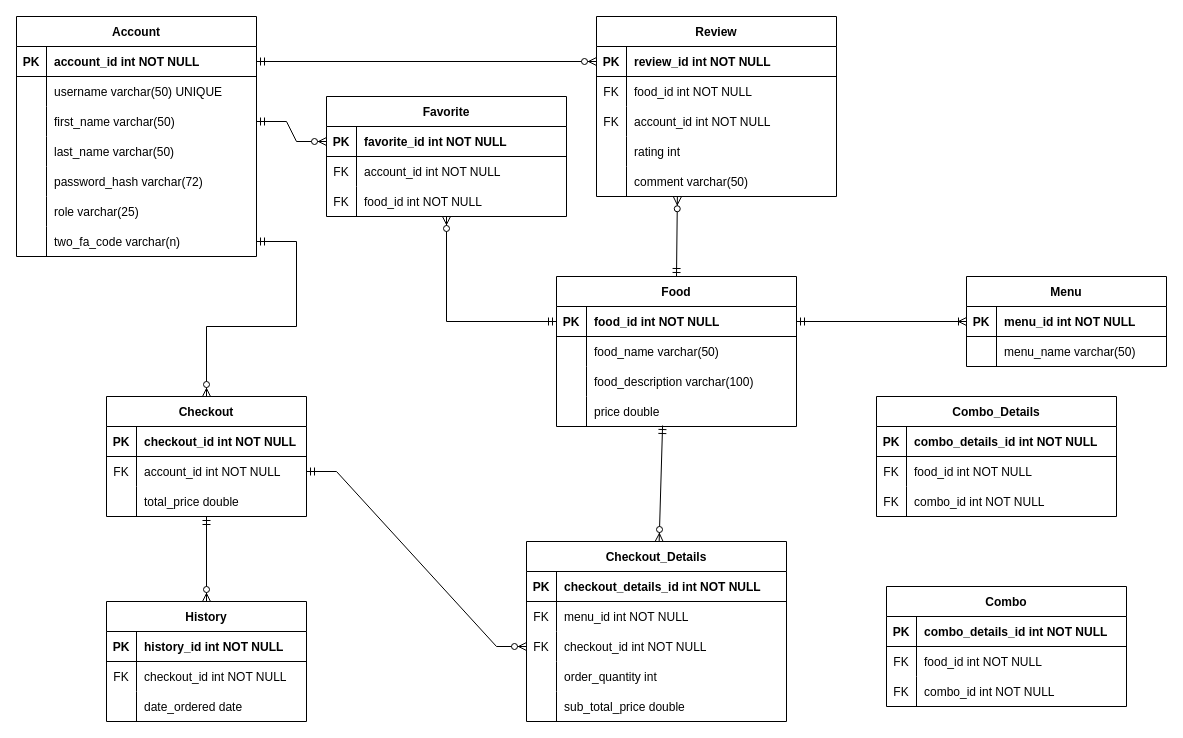
This is ERD and stuff/JustinSolutionERD.drawio from Smuglyak/EcommerceProject, a draw.io file, before an edit. Source tidied: cells renumbered, new cells numbered last; positions are measured from the earlier drawing's top-left corner, leaving out a move shared by most shapes. Both pictures are drawn from the tidied source at 100%, with x=0, y=0 at pixel (16, 16).
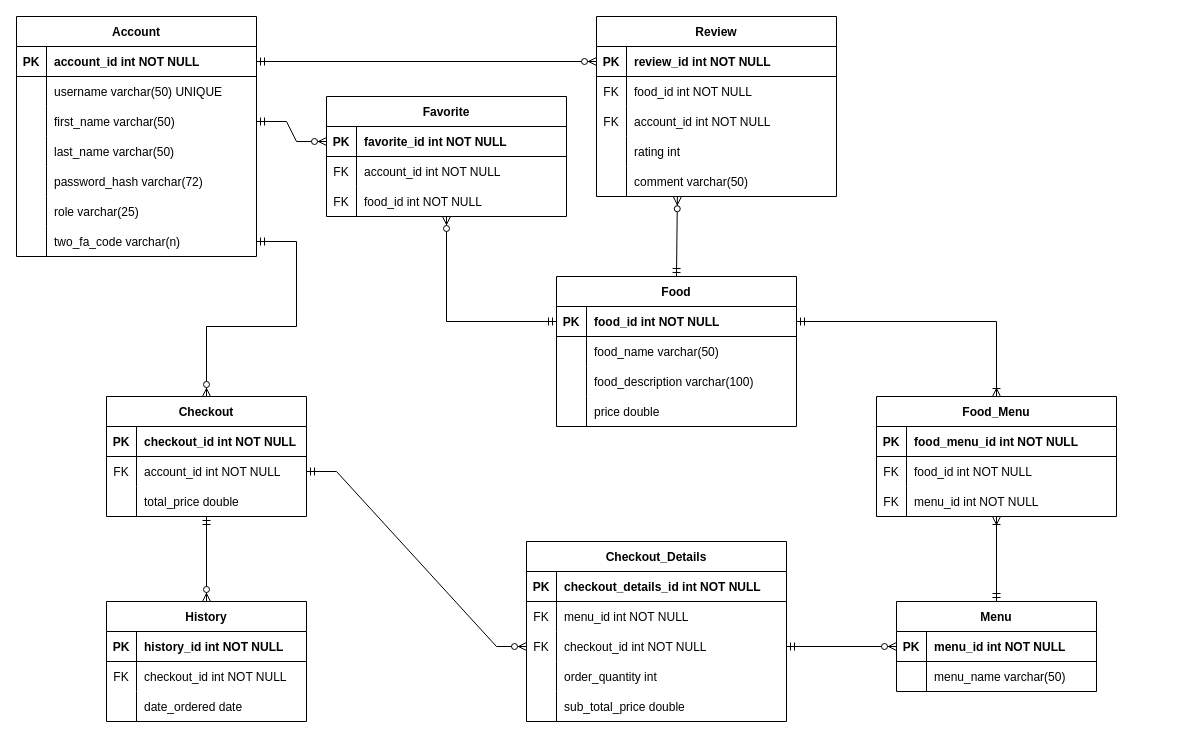
After the change.

Unchanged cells that the change refers to:
```xml
<mxCell id="25" style="shape=tableRow;horizontal=0;startSize=0;swimlaneHead=0;swimlaneBody=0;fillColor=none;points=[[0,0.5],[1,0.5]];portConstraint=eastwest;top=0;left=0;right=0;bottom=1;" parent="24" vertex="1">
  <mxGeometry y="30" width="240" height="30" as="geometry" />
</mxCell>
<mxCell id="34" style="shape=tableRow;horizontal=0;startSize=0;swimlaneHead=0;swimlaneBody=0;fillColor=none;points=[[0,0.5],[1,0.5]];portConstraint=eastwest;top=0;left=0;right=0;bottom=0;" parent="24" vertex="1">
  <mxGeometry y="120" width="240" height="30" as="geometry" />
</mxCell>
<mxCell id="38" style="shape=tableRow;horizontal=0;startSize=0;swimlaneHead=0;swimlaneBody=0;fillColor=none;points=[[0,0.5],[1,0.5]];portConstraint=eastwest;top=0;left=0;right=0;bottom=1;" parent="37" vertex="1">
  <mxGeometry y="30" width="200" height="30" as="geometry" />
</mxCell>
<mxCell id="44" value="Checkout_Details" style="shape=table;startSize=30;childLayout=tableLayout;rowLines=0;fontStyle=1;align=center;" parent="1" vertex="1">
  <mxGeometry x="510" y="525" width="260" height="180" as="geometry" />
</mxCell>
<mxCell id="51" style="shape=tableRow;horizontal=0;startSize=0;swimlaneHead=0;swimlaneBody=0;fillColor=none;points=[[0,0.5],[1,0.5]];portConstraint=eastwest;top=0;left=0;right=0;bottom=0;" parent="44" vertex="1">
  <mxGeometry y="90" width="260" height="30" as="geometry" />
</mxCell>
<mxCell id="115" style="shape=tableRow;horizontal=0;startSize=0;swimlaneHead=0;swimlaneBody=0;fillColor=none;top=0;left=0;right=0;bottom=1;" parent="114" vertex="1">
  <mxGeometry y="30" width="240" height="30" as="geometry" />
</mxCell>
<mxCell id="121" style="shape=tableRow;horizontal=0;startSize=0;swimlaneHead=0;swimlaneBody=0;fillColor=none;points=[[0,0.5],[1,0.5]];portConstraint=eastwest;top=0;left=0;right=0;bottom=0;" parent="114" vertex="1">
  <mxGeometry y="90" width="240" height="30" as="geometry" />
</mxCell>
```

Change to the diagram source:
```diff
@@
     <mxCell id="37" value="Menu" style="shape=table;startSize=30;childLayout=tableLayout;rowLines=0;fontStyle=1;align=center;" parent="1" vertex="1">
-      <mxGeometry x="950" y="260" width="200" height="90" as="geometry" />
+      <mxGeometry x="880" y="585" width="200" height="90" as="geometry" />
     </mxCell>
@@
-    <mxCell id="83" style="fontSize=12;html=1;endArrow=ERzeroToMany;startArrow=ERmandOne;rounded=0;exitX=0.442;exitY=0.967;exitDx=0;exitDy=0;exitPerimeter=0;" parent="1" edge="1" source="34" target="44">
+    <mxCell id="83" style="fontSize=12;html=1;endArrow=ERzeroToMany;startArrow=ERmandOne;rounded=0;entryX=0;entryY=0.5;entryDx=0;entryDy=0;exitX=1;exitY=0.5;exitDx=0;exitDy=0;" parent="1" edge="1" source="51" target="38">
       <mxGeometry relative="1" as="geometry" />
     </mxCell>
@@
-    <mxCell id="114" value="Combo_Details" style="shape=table;startSize=30;childLayout=tableLayout;rowLines=0;fontStyle=1;align=center;" parent="1" vertex="1">
+    <mxCell id="114" value="Food_Menu" style="shape=table;startSize=30;childLayout=tableLayout;rowLines=0;fontStyle=1;align=center;" parent="1" vertex="1">
       <mxGeometry x="860" y="380" width="240" height="120" as="geometry" />
     </mxCell>
@@
-    <mxCell id="117" value="combo_details_id int NOT NULL" style="shape=partialRectangle;fillColor=none;top=0;left=0;bottom=0;right=0;align=left;spacingLeft=6;fontStyle=1;overflow=hidden;" parent="115" vertex="1">
+    <mxCell id="117" value="food_menu_id int NOT NULL" style="shape=partialRectangle;fillColor=none;top=0;left=0;bottom=0;right=0;align=left;spacingLeft=6;fontStyle=1;overflow=hidden;" parent="115" vertex="1">
       <mxGeometry x="30" width="210" height="30" as="geometry" />
     </mxCell>
@@
-    <mxCell id="123" value="combo_id int NOT NULL" style="shape=partialRectangle;fillColor=none;top=0;left=0;bottom=0;right=0;align=left;spacingLeft=6;overflow=hidden;" parent="121" vertex="1">
+    <mxCell id="123" value="menu_id int NOT NULL" style="shape=partialRectangle;fillColor=none;top=0;left=0;bottom=0;right=0;align=left;spacingLeft=6;overflow=hidden;" parent="121" vertex="1">
       <mxGeometry x="30" width="210" height="30" as="geometry" />
     </mxCell>
-    <mxCell id="124" style="fontSize=12;html=1;endArrow=ERoneToMany;startArrow=ERmandOne;rounded=0;exitX=1;exitY=0.5;exitDx=0;exitDy=0;entryX=0;entryY=0.5;entryDx=0;entryDy=0;" parent="1" edge="1" source="25" target="38">
+    <mxCell id="124" style="fontSize=12;html=1;endArrow=ERoneToMany;startArrow=ERmandOne;rounded=0;exitX=1;exitY=0.5;exitDx=0;exitDy=0;entryX=0.5;entryY=0;entryDx=0;entryDy=0;edgeStyle=orthogonalEdgeStyle;" parent="1" edge="1" source="25" target="114">
       <mxGeometry relative="1" as="geometry" />
     </mxCell>
-    <mxCell id="125" value="Combo" style="shape=table;startSize=30;childLayout=tableLayout;rowLines=0;fontStyle=1;align=center;" parent="1" vertex="1">
-      <mxGeometry x="870" y="570" width="240" height="120" as="geometry" />
-    </mxCell>
-    <mxCell id="126" style="shape=tableRow;horizontal=0;startSize=0;swimlaneHead=0;swimlaneBody=0;fillColor=none;top=0;left=0;right=0;bottom=1;" parent="125" vertex="1">
-      <mxGeometry y="30" width="240" height="30" as="geometry" />
-    </mxCell>
-    <mxCell id="127" value="PK" style="shape=partialRectangle;fillColor=none;top=0;left=0;bottom=0;right=0;fontStyle=1;overflow=hidden;" parent="126" vertex="1">
-      <mxGeometry width="30" height="30" as="geometry" />
-    </mxCell>
-    <mxCell id="128" value="combo_details_id int NOT NULL" style="shape=partialRectangle;fillColor=none;top=0;left=0;bottom=0;right=0;align=left;spacingLeft=6;fontStyle=1;overflow=hidden;" parent="126" vertex="1">
-      <mxGeometry x="30" width="210" height="30" as="geometry" />
-    </mxCell>
-    <mxCell id="129" style="shape=tableRow;horizontal=0;startSize=0;swimlaneHead=0;swimlaneBody=0;fillColor=none;top=0;left=0;right=0;bottom=0;" parent="125" vertex="1">
-      <mxGeometry y="60" width="240" height="30" as="geometry" />
-    </mxCell>
-    <mxCell id="130" value="FK" style="shape=partialRectangle;fillColor=none;top=0;left=0;bottom=0;right=0;overflow=hidden;" parent="129" vertex="1">
-      <mxGeometry width="30" height="30" as="geometry" />
-    </mxCell>
-    <mxCell id="131" value="food_id int NOT NULL" style="shape=partialRectangle;fillColor=none;top=0;left=0;bottom=0;right=0;align=left;spacingLeft=6;overflow=hidden;" parent="129" vertex="1">
-      <mxGeometry x="30" width="210" height="30" as="geometry" />
-    </mxCell>
-    <mxCell id="132" style="shape=tableRow;horizontal=0;startSize=0;swimlaneHead=0;swimlaneBody=0;fillColor=none;top=0;left=0;right=0;bottom=0;" parent="125" vertex="1">
-      <mxGeometry y="90" width="240" height="30" as="geometry" />
-    </mxCell>
-    <mxCell id="133" value="FK" style="shape=partialRectangle;fillColor=none;top=0;left=0;bottom=0;right=0;overflow=hidden;" parent="132" vertex="1">
-      <mxGeometry width="30" height="30" as="geometry" />
-    </mxCell>
-    <mxCell id="134" value="combo_id int NOT NULL" style="shape=partialRectangle;fillColor=none;top=0;left=0;bottom=0;right=0;align=left;spacingLeft=6;overflow=hidden;" parent="132" vertex="1">
-      <mxGeometry x="30" width="210" height="30" as="geometry" />
-    </mxCell>
+    <mxCell id="135" style="fontSize=12;html=1;endArrow=ERoneToMany;startArrow=ERmandOne;rounded=0;exitX=0.5;exitY=0;exitDx=0;exitDy=0;" parent="1" edge="1" source="37" target="121">
+      <mxGeometry relative="1" as="geometry" />
+    </mxCell>
```
